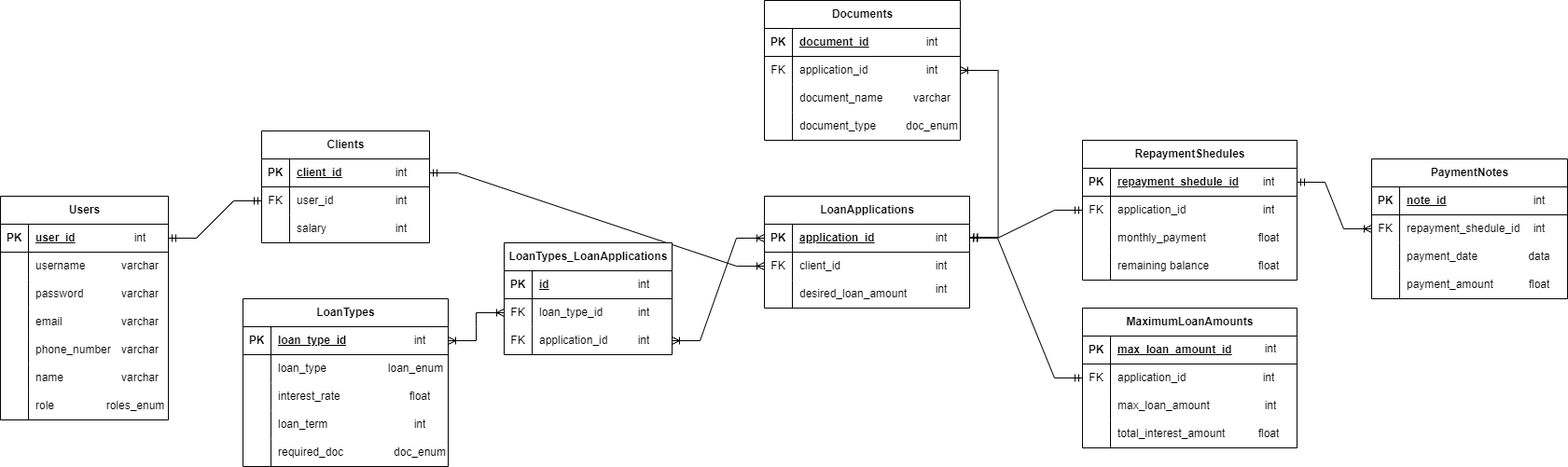
This is DataModelPG.png from alesanka/FinanceAdvisor, a draw.io export, as it was before one commit. Source tidied: cells renumbered, new cells last; positions are measured from the earlier drawing's top-left corner, leaving out a move shared by most shapes.
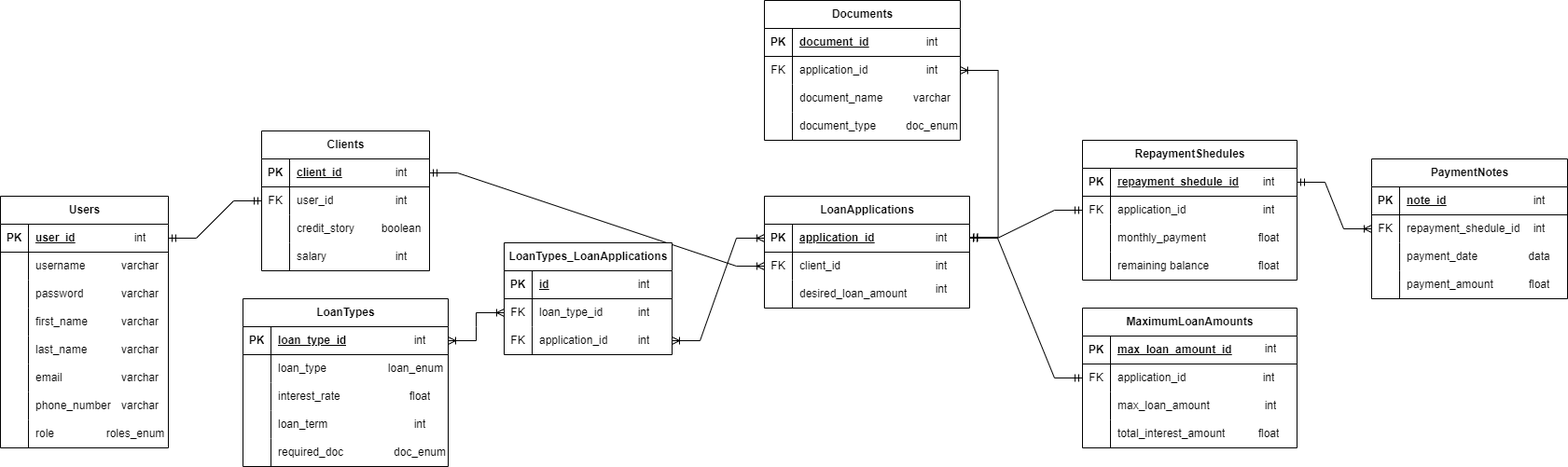
After the commit.

Change to the diagram source:
```diff
@@ -3,7 +3,7 @@
     <mxCell id="0" />
     <mxCell id="1" parent="0" />
     <mxCell id="2" value="Users" style="shape=table;startSize=30;rowLines=0;fontStyle=1;align=center;html=1;" parent="1" vertex="1">
-      <mxGeometry y="210" width="180" height="240" as="geometry" />
+      <mxGeometry y="210" width="180" height="270" as="geometry" />
     </mxCell>
     <mxCell id="3" style="shape=tableRow;horizontal=0;startSize=0;swimlaneHead=0;swimlaneBody=0;fillColor=none;points=[[0,0.5],[1,0.5]];portConstraint=eastwest;top=0;left=0;right=0;bottom=1;" parent="2" vertex="1">
       <mxGeometry y="30" width="180" height="30" as="geometry" />
@@ -32,8 +32,26 @@
     <mxCell id="11" value="password" style="shape=partialRectangle;fillColor=none;top=0;left=0;bottom=0;right=0;align=left;spacingLeft=6;fontStyle=0;overflow=hidden;whiteSpace=wrap;html=1;" parent="9" vertex="1">
       <mxGeometry x="30" width="150" height="30" as="geometry" />
     </mxCell>
+    <mxCell id="18" style="shape=tableRow;horizontal=0;startSize=0;swimlaneHead=0;swimlaneBody=0;fillColor=none;top=0;left=0;right=0;bottom=0;" parent="2" vertex="1">
+      <mxGeometry y="120" width="180" height="30" as="geometry" />
+    </mxCell>
+    <mxCell id="19" style="shape=partialRectangle;fillColor=none;top=0;left=0;bottom=0;right=0;fontStyle=0;overflow=hidden;whiteSpace=wrap;html=1;" parent="18" vertex="1">
+      <mxGeometry width="30" height="30" as="geometry" />
+    </mxCell>
+    <mxCell id="20" value="first_name" style="shape=partialRectangle;fillColor=none;top=0;left=0;bottom=0;right=0;align=left;spacingLeft=6;fontStyle=0;overflow=hidden;whiteSpace=wrap;html=1;" parent="18" vertex="1">
+      <mxGeometry x="30" width="150" height="30" as="geometry" />
+    </mxCell>
+    <mxCell id="169" style="shape=tableRow;horizontal=0;startSize=0;swimlaneHead=0;swimlaneBody=0;fillColor=none;top=0;left=0;right=0;bottom=0;" parent="2" vertex="1">
+      <mxGeometry y="150" width="180" height="30" as="geometry" />
+    </mxCell>
+    <mxCell id="170" style="shape=partialRectangle;fillColor=none;top=0;left=0;bottom=0;right=0;fontStyle=0;overflow=hidden;whiteSpace=wrap;html=1;" parent="169" vertex="1">
+      <mxGeometry width="30" height="30" as="geometry" />
+    </mxCell>
+    <mxCell id="171" value="last_name" style="shape=partialRectangle;fillColor=none;top=0;left=0;bottom=0;right=0;align=left;spacingLeft=6;fontStyle=0;overflow=hidden;whiteSpace=wrap;html=1;" parent="169" vertex="1">
+      <mxGeometry x="30" width="150" height="30" as="geometry" />
+    </mxCell>
     <mxCell id="12" style="shape=tableRow;horizontal=0;startSize=0;swimlaneHead=0;swimlaneBody=0;fillColor=none;top=0;left=0;right=0;bottom=0;" parent="2" vertex="1">
-      <mxGeometry y="120" width="180" height="30" as="geometry" />
+      <mxGeometry y="180" width="180" height="30" as="geometry" />
     </mxCell>
     <mxCell id="13" style="shape=partialRectangle;fillColor=none;top=0;left=0;bottom=0;right=0;overflow=hidden;whiteSpace=wrap;html=1;" parent="12" vertex="1">
       <mxGeometry width="30" height="30" as="geometry" />
@@ -42,7 +60,7 @@
       <mxGeometry x="30" width="150" height="30" as="geometry" />
     </mxCell>
     <mxCell id="15" style="shape=tableRow;horizontal=0;startSize=0;swimlaneHead=0;swimlaneBody=0;fillColor=none;top=0;left=0;right=0;bottom=0;" parent="2" vertex="1">
-      <mxGeometry y="150" width="180" height="30" as="geometry" />
+      <mxGeometry y="210" width="180" height="30" as="geometry" />
     </mxCell>
     <mxCell id="16" style="shape=partialRectangle;fillColor=none;top=0;left=0;bottom=0;right=0;overflow=hidden;whiteSpace=wrap;html=1;" parent="15" vertex="1">
       <mxGeometry width="30" height="30" as="geometry" />
@@ -50,17 +68,8 @@
     <mxCell id="17" value="phone_number" style="shape=partialRectangle;fillColor=none;top=0;left=0;bottom=0;right=0;align=left;spacingLeft=6;overflow=hidden;whiteSpace=wrap;html=1;" parent="15" vertex="1">
       <mxGeometry x="30" width="150" height="30" as="geometry" />
     </mxCell>
-    <mxCell id="18" style="shape=tableRow;horizontal=0;startSize=0;swimlaneHead=0;swimlaneBody=0;fillColor=none;top=0;left=0;right=0;bottom=0;" parent="2" vertex="1">
-      <mxGeometry y="180" width="180" height="30" as="geometry" />
-    </mxCell>
-    <mxCell id="19" style="shape=partialRectangle;fillColor=none;top=0;left=0;bottom=0;right=0;fontStyle=0;overflow=hidden;whiteSpace=wrap;html=1;" parent="18" vertex="1">
-      <mxGeometry width="30" height="30" as="geometry" />
-    </mxCell>
-    <mxCell id="20" value="name" style="shape=partialRectangle;fillColor=none;top=0;left=0;bottom=0;right=0;align=left;spacingLeft=6;fontStyle=0;overflow=hidden;whiteSpace=wrap;html=1;" parent="18" vertex="1">
-      <mxGeometry x="30" width="150" height="30" as="geometry" />
-    </mxCell>
     <mxCell id="21" style="shape=tableRow;horizontal=0;startSize=0;swimlaneHead=0;swimlaneBody=0;fillColor=none;top=0;left=0;right=0;bottom=0;" parent="2" vertex="1">
-      <mxGeometry y="210" width="180" height="30" as="geometry" />
+      <mxGeometry y="240" width="180" height="30" as="geometry" />
     </mxCell>
     <mxCell id="22" style="shape=partialRectangle;fillColor=none;top=0;left=0;bottom=0;right=0;overflow=hidden;whiteSpace=wrap;html=1;" parent="21" vertex="1">
       <mxGeometry width="30" height="30" as="geometry" />
@@ -69,7 +78,7 @@
       <mxGeometry x="30" width="150" height="30" as="geometry" />
     </mxCell>
     <mxCell id="24" value="Clients" style="shape=table;startSize=30;rowLines=0;fontStyle=1;align=center;html=1;" parent="1" vertex="1">
-      <mxGeometry x="280" y="140" width="180" height="120" as="geometry" />
+      <mxGeometry x="280" y="140" width="180" height="150" as="geometry" />
     </mxCell>
     <mxCell id="25" style="shape=tableRow;horizontal=0;startSize=0;swimlaneHead=0;swimlaneBody=0;fillColor=none;points=[[0,0.5],[1,0.5]];portConstraint=eastwest;top=0;left=0;right=0;bottom=1;" parent="24" vertex="1">
       <mxGeometry y="30" width="180" height="30" as="geometry" />
@@ -89,8 +98,17 @@
     <mxCell id="30" value="user_id" style="shape=partialRectangle;fillColor=none;top=0;left=0;bottom=0;right=0;align=left;spacingLeft=6;fontStyle=0;overflow=hidden;whiteSpace=wrap;html=1;" parent="28" vertex="1">
       <mxGeometry x="30" width="150" height="30" as="geometry" />
     </mxCell>
+    <mxCell id="172" style="shape=tableRow;horizontal=0;startSize=0;swimlaneHead=0;swimlaneBody=0;fillColor=none;top=0;left=0;right=0;bottom=0;" parent="24" vertex="1">
+      <mxGeometry y="90" width="180" height="30" as="geometry" />
+    </mxCell>
+    <mxCell id="173" style="shape=partialRectangle;fillColor=none;top=0;left=0;bottom=0;right=0;fontStyle=0;overflow=hidden;whiteSpace=wrap;html=1;" parent="172" vertex="1">
+      <mxGeometry width="30" height="30" as="geometry" />
+    </mxCell>
+    <mxCell id="174" value="credit_story" style="shape=partialRectangle;fillColor=none;top=0;left=0;bottom=0;right=0;align=left;spacingLeft=6;fontStyle=0;overflow=hidden;whiteSpace=wrap;html=1;" parent="172" vertex="1">
+      <mxGeometry x="30" width="150" height="30" as="geometry" />
+    </mxCell>
     <mxCell id="31" style="shape=tableRow;horizontal=0;startSize=0;swimlaneHead=0;swimlaneBody=0;fillColor=none;top=0;left=0;right=0;bottom=0;" parent="24" vertex="1">
-      <mxGeometry y="90" width="180" height="30" as="geometry" />
+      <mxGeometry y="120" width="180" height="30" as="geometry" />
     </mxCell>
     <mxCell id="32" style="shape=partialRectangle;fillColor=none;top=0;left=0;bottom=0;right=0;overflow=hidden;whiteSpace=wrap;html=1;" parent="31" vertex="1">
       <mxGeometry width="30" height="30" as="geometry" />
@@ -354,7 +372,7 @@
       <mxGeometry x="120" y="300" width="60" height="30" as="geometry" />
     </mxCell>
     <mxCell id="119" value="roles_enum" style="shape=partialRectangle;fillColor=none;top=0;left=0;bottom=0;right=0;overflow=hidden;whiteSpace=wrap;html=1;" parent="1" vertex="1">
-      <mxGeometry x="110" y="420" width="70" height="30" as="geometry" />
+      <mxGeometry x="110" y="450" width="70" height="30" as="geometry" />
     </mxCell>
     <mxCell id="120" value="int" style="shape=partialRectangle;fillColor=none;top=0;left=0;bottom=0;right=0;overflow=hidden;whiteSpace=wrap;html=1;" parent="1" vertex="1">
       <mxGeometry x="400" y="170" width="60" height="30" as="geometry" />
@@ -363,7 +381,7 @@
       <mxGeometry x="400" y="200" width="60" height="30" as="geometry" />
     </mxCell>
     <mxCell id="122" value="int" style="shape=partialRectangle;fillColor=none;top=0;left=0;bottom=0;right=0;overflow=hidden;whiteSpace=wrap;html=1;" parent="1" vertex="1">
-      <mxGeometry x="400" y="230" width="60" height="30" as="geometry" />
+      <mxGeometry x="400" y="260" width="60" height="30" as="geometry" />
     </mxCell>
     <mxCell id="123" value="int" style="shape=partialRectangle;fillColor=none;top=0;left=0;bottom=0;right=0;overflow=hidden;whiteSpace=wrap;html=1;" parent="1" vertex="1">
       <mxGeometry x="969" y="30" width="60" height="30" as="geometry" />
@@ -494,7 +512,7 @@
       <mxGeometry x="660" y="350" width="60" height="30" as="geometry" />
     </mxCell>
     <mxCell id="165" value="varchar" style="shape=partialRectangle;fillColor=none;top=0;left=0;bottom=0;right=0;overflow=hidden;whiteSpace=wrap;html=1;" parent="1" vertex="1">
-      <mxGeometry x="120" y="390" width="60" height="30" as="geometry" />
+      <mxGeometry x="120" y="420" width="60" height="30" as="geometry" />
     </mxCell>
     <mxCell id="166" style="edgeStyle=entityRelationEdgeStyle;fontSize=12;html=1;endArrow=ERoneToMany;startArrow=ERoneToMany;rounded=0;" parent="1" edge="1" source="160" target="66">
       <mxGeometry relative="1" as="geometry" />
@@ -505,5 +523,11 @@
     <mxCell id="168" value="float" style="shape=partialRectangle;fillColor=none;top=0;left=0;bottom=0;right=0;overflow=hidden;whiteSpace=wrap;html=1;" parent="1" vertex="1">
       <mxGeometry x="1620" y="290" width="60" height="30" as="geometry" />
     </mxCell>
+    <mxCell id="175" value="varchar" style="shape=partialRectangle;fillColor=none;top=0;left=0;bottom=0;right=0;overflow=hidden;whiteSpace=wrap;html=1;" parent="1" vertex="1">
+      <mxGeometry x="120" y="390" width="60" height="30" as="geometry" />
+    </mxCell>
+    <mxCell id="176" value="boolean" style="shape=partialRectangle;fillColor=none;top=0;left=0;bottom=0;right=0;overflow=hidden;whiteSpace=wrap;html=1;" parent="1" vertex="1">
+      <mxGeometry x="400" y="230" width="60" height="30" as="geometry" />
+    </mxCell>
   </root>
 </mxGraphModel>
```
